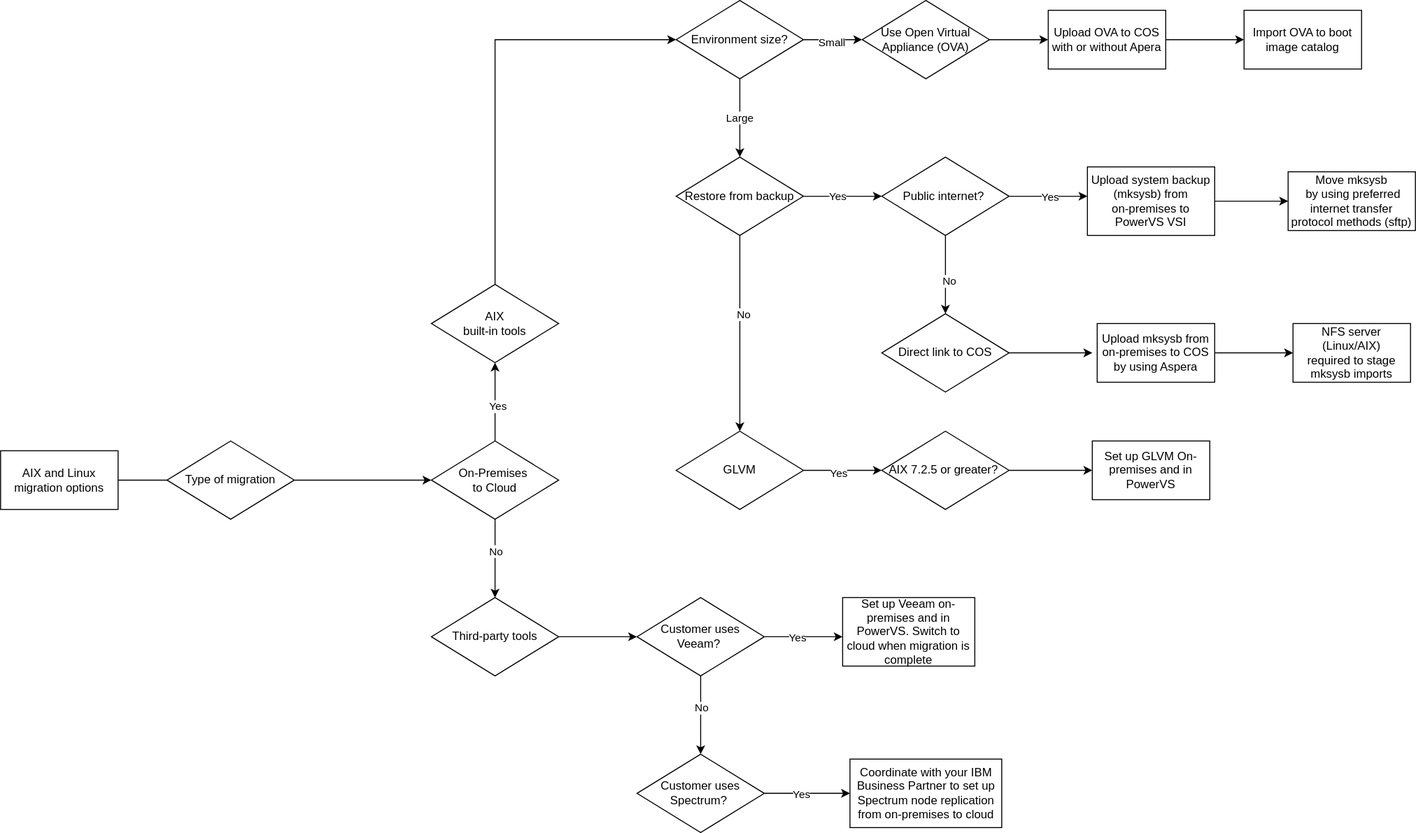
Before: images/aixmigration.svg, a diagram exported from draw.io (ibm-cloud-docs/powervs-migration). Source tidied: cells renumbered, new cells last; positions are measured from the earlier drawing's top-left corner, leaving out a move shared by most shapes.
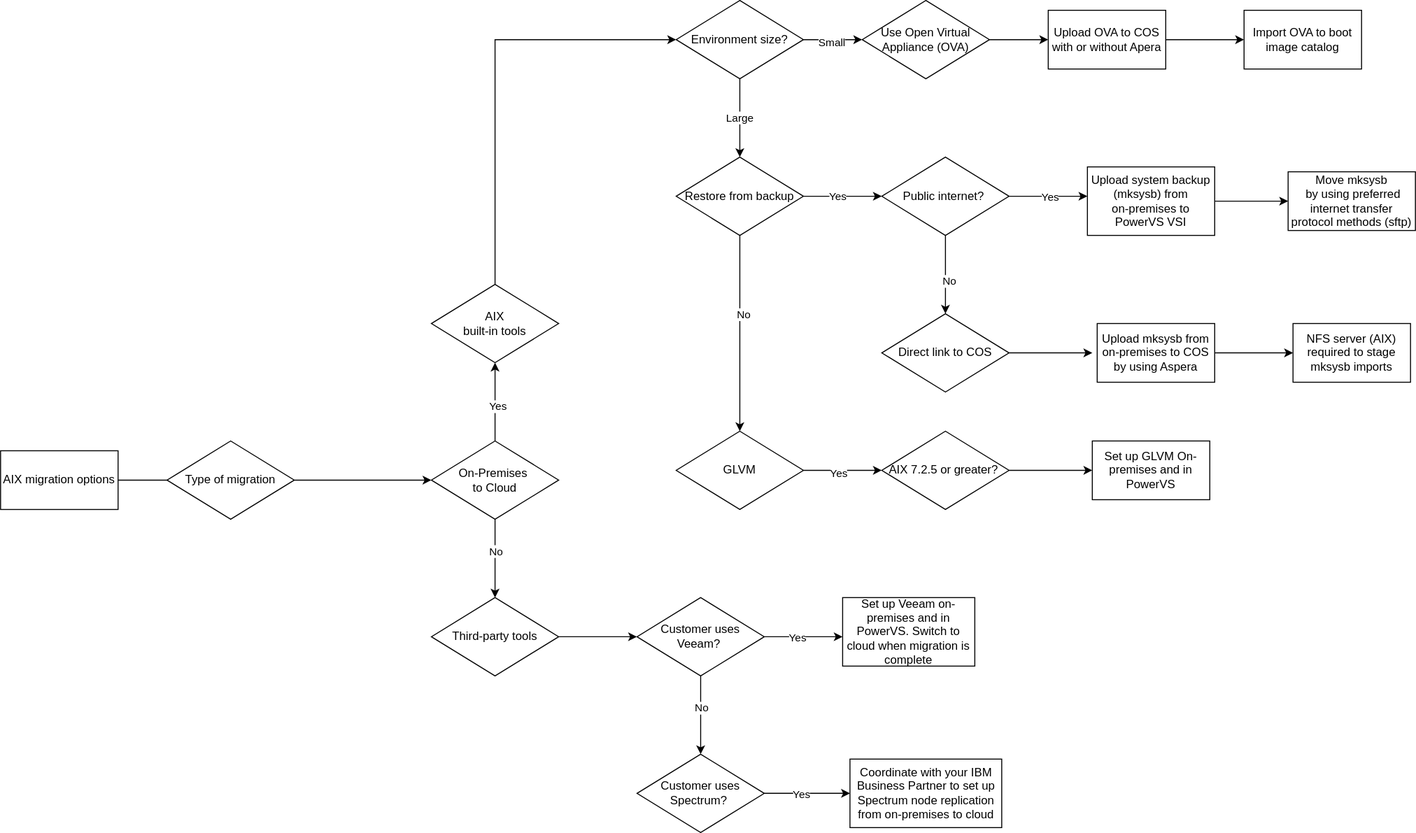
The same file after the commit.

The edit, as a diff of the source:
```diff
@@ -2,7 +2,7 @@
   <root>
     <mxCell id="0" />
     <mxCell id="1" parent="0" />
-    <mxCell id="2" value="AIX and Linux migration options" style="rounded=0;whiteSpace=wrap;html=1;" parent="1" vertex="1">
+    <mxCell id="2" value="AIX migration options" style="rounded=0;whiteSpace=wrap;html=1;" parent="1" vertex="1">
       <mxGeometry y="460" width="120" height="60" as="geometry" />
     </mxCell>
     <mxCell id="3" style="edgeStyle=orthogonalEdgeStyle;rounded=0;jettySize=auto;html=1;exitX=1;exitY=0.5;exitDx=0;exitDy=0;entryX=0;entryY=0.5;entryDx=0;entryDy=0;" parent="1" edge="1" source="2" target="5">
@@ -107,7 +107,7 @@
     <mxCell id="32" value="Move mksysb&lt;br&gt;&amp;nbsp;by using preferred internet transfer protocol methods (sftp)" style="whiteSpace=wrap;html=1;" parent="1" vertex="1">
       <mxGeometry x="1315" y="175" width="130" height="60" as="geometry" />
     </mxCell>
-    <mxCell id="33" value="NFS server (Linux/AIX)&lt;br&gt;&amp;nbsp;required&amp;nbsp;to stage&amp;nbsp; mksysb imports" style="whiteSpace=wrap;html=1;" parent="1" vertex="1">
+    <mxCell id="33" value="NFS server (AIX)&lt;br&gt;&amp;nbsp;required&amp;nbsp;to stage&amp;nbsp; mksysb imports" style="whiteSpace=wrap;html=1;" parent="1" vertex="1">
       <mxGeometry x="1320" y="330" width="120" height="60" as="geometry" />
     </mxCell>
     <mxCell id="34" style="edgeStyle=orthogonalEdgeStyle;rounded=0;jettySize=auto;html=1;entryX=0;entryY=0.5;entryDx=0;entryDy=0;exitX=1;exitY=0.5;exitDx=0;exitDy=0;" parent="1" edge="1" source="5" target="39">
```
